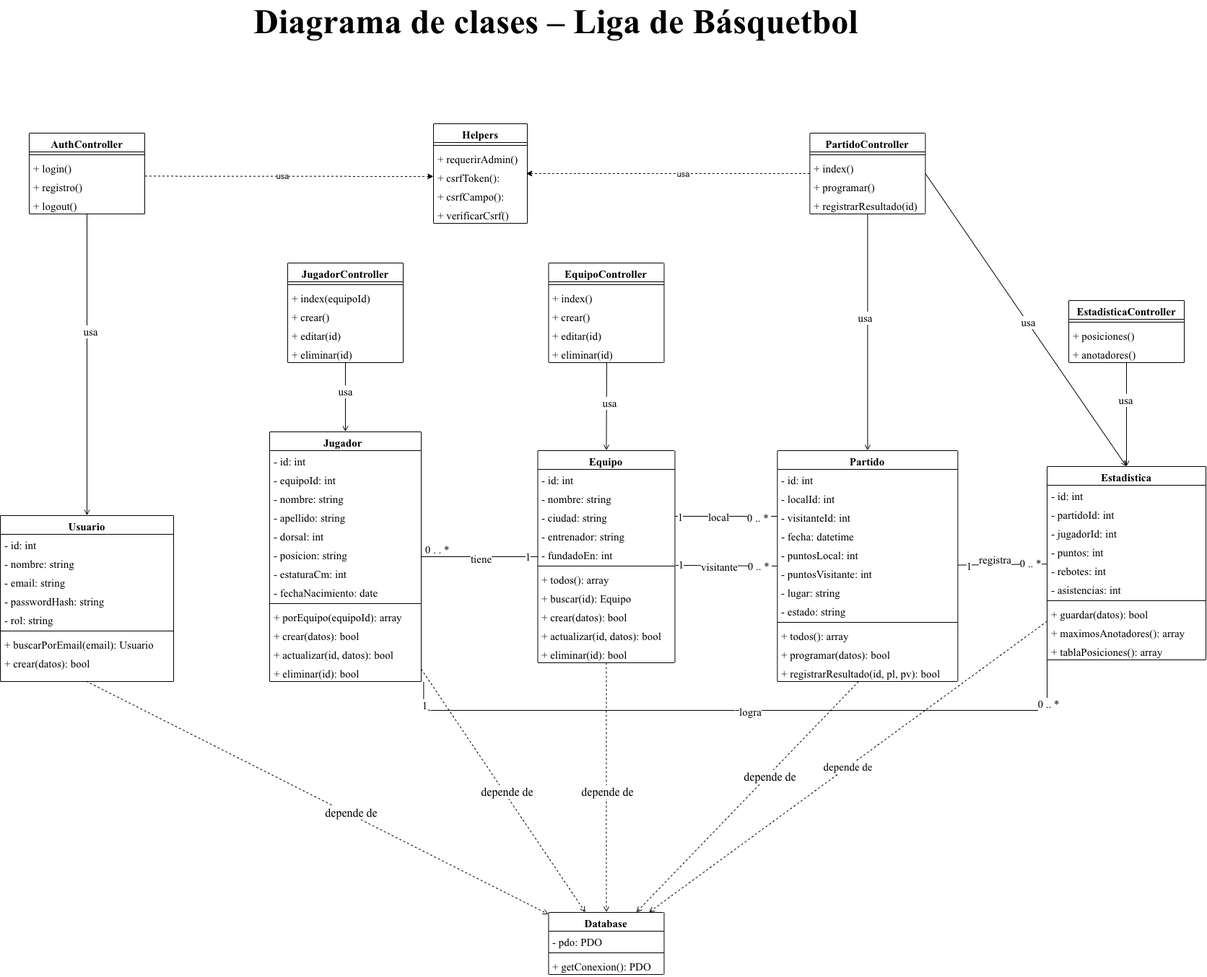
Before: doc/diagramas/05_diagrama_clases.drawio.png, a diagram exported from draw.io (202312505e-sys/liga-basquetball). Source tidied: cells renumbered, new cells last; positions are measured from the earlier drawing's top-left corner, leaving out a move shared by most shapes.
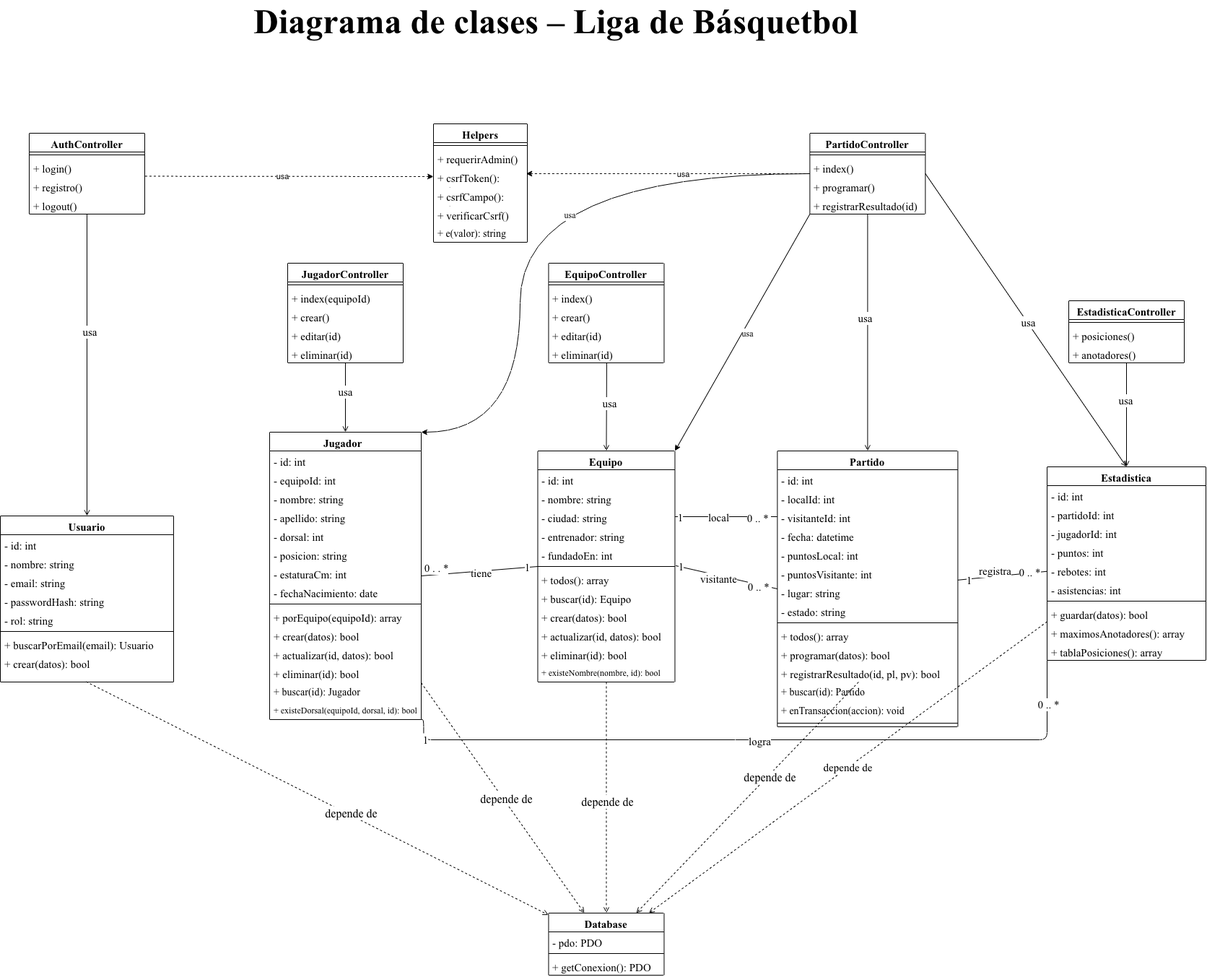
After the change.

Commit message:
Completa el diagrama de clases con los métodos y relaciones faltantes

The edit, as a diff of the source:
```diff
@@ -58,7 +58,7 @@
       </mxGeometry>
     </mxCell>
     <mxCell id="19" value="&lt;b&gt;Equipo&lt;/b&gt;" style="swimlane;fontStyle=0;align=center;verticalAlign=top;horizontal=1;startSize=26;whiteSpace=wrap;html=1;fontFamily=Times New Roman;fontSize=15;fontColor=#000000;" parent="1" vertex="1">
-      <mxGeometry x="744.5" y="610" width="190" height="294" as="geometry" />
+      <mxGeometry x="744.5" y="610" width="190" height="320" as="geometry" />
     </mxCell>
     <mxCell id="20" value="&lt;span style=&quot;caret-color: rgb(0, 0, 0); color: rgb(0, 0, 0);&quot;&gt;- id: int&lt;/span&gt;" style="text;strokeColor=none;fillColor=none;align=left;verticalAlign=top;spacingLeft=4;spacingRight=4;overflow=hidden;whiteSpace=wrap;html=1;fontFamily=Times New Roman;fontSize=15;" parent="19" vertex="1">
       <mxGeometry y="26" width="190" height="26" as="geometry" />
@@ -93,6 +93,9 @@
     <mxCell id="30" value="&lt;span style=&quot;caret-color: rgb(0, 0, 0); color: rgb(0, 0, 0);&quot;&gt;+ eliminar(id): bool&lt;/span&gt;" style="text;strokeColor=none;fillColor=none;align=left;verticalAlign=top;spacingLeft=4;spacingRight=4;overflow=hidden;whiteSpace=wrap;html=1;fontFamily=Times New Roman;fontSize=15;" parent="19" vertex="1">
       <mxGeometry y="268" width="190" height="26" as="geometry" />
     </mxCell>
+    <mxCell id="143" value="&lt;font face=&quot;Times New Roman&quot; style=&quot;font-size: 12px;&quot;&gt;&lt;span style=&quot;color: rgb(0, 0, 0);&quot;&gt;+ existeNombre(nombre, id): bool&lt;/span&gt;&lt;/font&gt;" style="text;strokeColor=none;fillColor=none;align=left;verticalAlign=top;spacingLeft=4;spacingRight=4;overflow=hidden;whiteSpace=wrap;html=1;" parent="19" vertex="1">
+      <mxGeometry y="294" width="190" height="26" as="geometry" />
+    </mxCell>
     <mxCell id="31" style="html=1;endArrow=open;endFill=0;dashed=1;fontFamily=Times New Roman;fontSize=15;" parent="1" edge="1" source="37" target="122">
       <mxGeometry relative="1" as="geometry" />
     </mxCell>
@@ -114,7 +117,7 @@
       <mxGeometry x="0.82" y="1" relative="1" as="geometry" />
     </mxCell>
     <mxCell id="37" value="&lt;b&gt;&lt;span style=&quot;caret-color: rgb(0, 0, 0); text-align: start;&quot;&gt;Jugador&lt;/span&gt;&lt;span style=&quot;caret-color: rgb(0, 0, 0); text-align: start;&quot;&gt;&lt;span style=&quot;white-space: pre;&quot;&gt;&#9;&lt;/span&gt;&lt;/span&gt;&lt;/b&gt;" style="swimlane;fontStyle=0;align=center;verticalAlign=top;horizontal=1;startSize=26;whiteSpace=wrap;html=1;fontFamily=Times New Roman;fontSize=15;fontColor=#000000;" parent="1" vertex="1">
-      <mxGeometry x="373" y="584" width="210" height="346" as="geometry" />
+      <mxGeometry x="373" y="584" width="210" height="398" as="geometry" />
     </mxCell>
     <mxCell id="38" value="&lt;span style=&quot;caret-color: rgb(0, 0, 0); color: rgb(0, 0, 0);&quot;&gt;- id: int&lt;/span&gt;" style="text;strokeColor=none;fillColor=none;align=left;verticalAlign=top;spacingLeft=4;spacingRight=4;overflow=hidden;whiteSpace=wrap;html=1;fontFamily=Times New Roman;fontSize=15;" parent="37" vertex="1">
       <mxGeometry y="26" width="210" height="26" as="geometry" />
@@ -155,6 +158,12 @@
     <mxCell id="50" value="&lt;span style=&quot;caret-color: rgb(0, 0, 0); color: rgb(0, 0, 0);&quot;&gt;+ eliminar(id): bool&lt;/span&gt;" style="text;strokeColor=none;fillColor=none;align=left;verticalAlign=top;spacingLeft=4;spacingRight=4;overflow=hidden;points=[[0,0.5],[1,0.5]];portConstraint=eastwest;whiteSpace=wrap;html=1;fontFamily=Times New Roman;fontSize=15;" parent="37" vertex="1">
       <mxGeometry y="320" width="210" height="26" as="geometry" />
     </mxCell>
+    <mxCell id="144" value="&lt;font face=&quot;Times New Roman&quot; style=&quot;font-size: 14px; color: rgb(0, 0, 0);&quot;&gt;+ buscar(id): Jugador&lt;/font&gt;" style="text;strokeColor=none;fillColor=none;align=left;verticalAlign=top;spacingLeft=4;spacingRight=4;overflow=hidden;whiteSpace=wrap;html=1;" parent="37" vertex="1">
+      <mxGeometry y="346" width="210" height="26" as="geometry" />
+    </mxCell>
+    <mxCell id="145" value="&lt;font face=&quot;Times New Roman&quot; style=&quot;color: rgb(0, 0, 0);&quot;&gt;+ existeDorsal(equipoId, dorsal, id): bool&lt;/font&gt;" style="text;strokeColor=none;fillColor=none;align=left;verticalAlign=top;spacingLeft=4;spacingRight=4;overflow=hidden;whiteSpace=wrap;html=1;" parent="37" vertex="1">
+      <mxGeometry y="372" width="210" height="26" as="geometry" />
+    </mxCell>
     <mxCell id="51" style="html=1;endArrow=open;endFill=0;dashed=1;fontFamily=Times New Roman;fontSize=15;" parent="1" edge="1" source="69" target="122">
       <mxGeometry relative="1" as="geometry" />
     </mxCell>
@@ -178,7 +187,7 @@
       </mxGeometry>
     </mxCell>
     <mxCell id="57" value="&lt;span style=&quot;caret-color: rgb(0, 0, 0); text-align: start;&quot;&gt;&lt;b&gt;Partido&lt;/b&gt;&lt;/span&gt;" style="swimlane;fontStyle=0;align=center;verticalAlign=top;horizontal=1;startSize=26;whiteSpace=wrap;html=1;fontFamily=Times New Roman;fontSize=15;fontColor=#000000;" parent="1" vertex="1">
-      <mxGeometry x="1076.4" y="610" width="250" height="320" as="geometry" />
+      <mxGeometry x="1076.4" y="610" width="250" height="382" as="geometry" />
     </mxCell>
     <mxCell id="58" value="&lt;span style=&quot;caret-color: rgb(0, 0, 0); color: rgb(0, 0, 0);&quot;&gt;- id: int&lt;/span&gt;" style="text;strokeColor=none;fillColor=none;align=left;verticalAlign=top;spacingLeft=4;spacingRight=4;overflow=hidden;whiteSpace=wrap;html=1;fontFamily=Times New Roman;fontSize=15;" parent="57" vertex="1">
       <mxGeometry y="26" width="250" height="26" as="geometry" />
@@ -216,6 +225,15 @@
     <mxCell id="69" value="&lt;span style=&quot;caret-color: rgb(0, 0, 0); color: rgb(0, 0, 0);&quot;&gt;+ registrarResultado(id, pl, pv): bool&lt;/span&gt;" style="text;strokeColor=none;fillColor=none;align=left;verticalAlign=top;spacingLeft=4;spacingRight=4;overflow=hidden;points=[[0,0.5],[1,0.5]];portConstraint=eastwest;whiteSpace=wrap;html=1;fontFamily=Times New Roman;fontSize=15;" parent="57" vertex="1">
       <mxGeometry y="294" width="250" height="26" as="geometry" />
     </mxCell>
+    <mxCell id="146" value="&lt;font face=&quot;Times New Roman&quot; style=&quot;font-size: 14px; color: rgb(0, 0, 0);&quot;&gt;+ buscar(id): Partido&lt;/font&gt;" style="text;strokeColor=none;fillColor=none;align=left;verticalAlign=top;spacingLeft=4;spacingRight=4;overflow=hidden;whiteSpace=wrap;html=1;" parent="57" vertex="1">
+      <mxGeometry y="320" width="250" height="26" as="geometry" />
+    </mxCell>
+    <mxCell id="147" value="&lt;font face=&quot;Times New Roman&quot; style=&quot;font-size: 14px; color: rgb(0, 0, 0);&quot;&gt;+ enTransaccion(accion): void&lt;/font&gt;" style="text;strokeColor=none;fillColor=none;align=left;verticalAlign=top;spacingLeft=4;spacingRight=4;overflow=hidden;whiteSpace=wrap;html=1;" parent="57" vertex="1">
+      <mxGeometry y="346" width="250" height="26" as="geometry" />
+    </mxCell>
+    <mxCell id="148" style="line;strokeWidth=1;dashed=0;labelPosition=right;align=left;verticalAlign=middle;spacingTop=0;spacingLeft=6;" parent="57" vertex="1">
+      <mxGeometry y="372" width="250" height="10" as="geometry" />
+    </mxCell>
     <mxCell id="70" value="depende de" style="html=1;endArrow=open;endFill=0;dashed=1;fontFamily=Times New Roman;fontSize=15;" parent="1" edge="1" source="71" target="122">
       <mxGeometry relative="1" as="geometry" />
     </mxCell>
@@ -339,6 +357,23 @@
     <mxCell id="110" value="usa" style="edgeLabel;html=1;align=center;verticalAlign=middle;fontFamily=Times New Roman;fontSize=15;" parent="109" vertex="1">
       <mxGeometry x="0.01" y="1" relative="1" as="geometry" />
     </mxCell>
+    <mxCell id="149" style="edgeStyle=none;html=1;exitX=0;exitY=1;exitDx=0;exitDy=0;entryX=1;entryY=0;entryDx=0;entryDy=0;" parent="1" edge="1" source="111" target="19">
+      <mxGeometry relative="1" as="geometry" />
+    </mxCell>
+    <mxCell id="150" value="&lt;font face=&quot;Times New Roman&quot; style=&quot;font-size: 12px; color: rgb(0, 0, 0);&quot;&gt;usa&lt;/font&gt;" style="edgeLabel;html=1;align=center;verticalAlign=middle;" parent="149" vertex="1">
+      <mxGeometry x="-0.01" y="6" relative="1" as="geometry" />
+    </mxCell>
+    <mxCell id="151" style="edgeStyle=orthogonalEdgeStyle;html=1;entryX=1;entryY=0;entryDx=0;entryDy=0;curved=1;curveGeometry=1;" parent="1" edge="1" source="111" target="37">
+      <mxGeometry relative="1" as="geometry">
+        <Array as="points">
+          <mxPoint x="720" y="226" />
+          <mxPoint x="720" y="584" />
+        </Array>
+      </mxGeometry>
+    </mxCell>
+    <mxCell id="152" value="&lt;font style=&quot;font-size: 12px; color: rgb(0, 0, 0);&quot; face=&quot;Times New Roman&quot;&gt;usa&lt;/font&gt;" style="edgeLabel;html=1;align=center;verticalAlign=middle;" parent="151" vertex="1">
+      <mxGeometry x="-0.08" y="-4" relative="1" as="geometry" />
+    </mxCell>
     <mxCell id="111" value="&lt;span style=&quot;caret-color: rgb(0, 0, 0); text-align: start;&quot;&gt;PartidoController&lt;/span&gt;" style="swimlane;fontStyle=1;align=center;verticalAlign=top;horizontal=1;startSize=26;whiteSpace=wrap;html=1;fontFamily=Times New Roman;fontSize=15;fontColor=#000000;" parent="1" vertex="1">
       <mxGeometry x="1121.4" y="170" width="160" height="112" as="geometry" />
     </mxCell>
@@ -400,16 +435,17 @@
         <mxPoint x="-9" as="offset" />
       </mxGeometry>
     </mxCell>
-    <mxCell id="130" style="html=1;endArrow=none;exitX=1.016;exitY=1.023;exitDx=0;exitDy=0;exitPerimeter=0;entryX=0;entryY=1;entryDx=0;entryDy=0;edgeStyle=orthogonalEdgeStyle;fontFamily=Times New Roman;fontSize=15;" parent="1" edge="1" source="50" target="71">
-      <mxGeometry relative="1" as="geometry">
+    <mxCell id="130" style="html=1;endArrow=none;exitX=1;exitY=1;exitDx=0;exitDy=0;entryX=0;entryY=1;entryDx=0;entryDy=0;edgeStyle=orthogonalEdgeStyle;fontFamily=Times New Roman;fontSize=15;" parent="1" edge="1" source="37" target="71">
+      <mxGeometry x="-0.02" relative="1" as="geometry">
         <Array as="points">
-          <mxPoint x="586.4" y="970" />
-          <mxPoint x="1450" y="970" />
+          <mxPoint x="586.4" y="982" />
+          <mxPoint x="586.4" y="1010" />
+          <mxPoint x="1450" y="1010" />
         </Array>
       </mxGeometry>
     </mxCell>
     <mxCell id="131" value="logra" style="edgeLabel;html=1;align=center;verticalAlign=middle;fontFamily=Times New Roman;fontSize=15;" parent="130" vertex="1">
-      <mxGeometry x="0.01" y="-1" relative="1" as="geometry" />
+      <mxGeometry x="-0.01" y="-1" relative="1" as="geometry" />
     </mxCell>
     <mxCell id="132" value="1" style="edgeLabel;html=1;align=center;verticalAlign=middle;fontFamily=Times New Roman;fontSize=15;" parent="130" vertex="1">
       <mxGeometry x="-0.93" y="1" relative="1" as="geometry" />
@@ -421,7 +457,7 @@
       <mxGeometry x="250" width="1040" height="30" as="geometry" />
     </mxCell>
     <mxCell id="135" value="&lt;span style=&quot;color: rgb(0, 0, 0);&quot;&gt;&lt;font face=&quot;Times New Roman&quot; style=&quot;font-size: 15px;&quot;&gt;Helpers&lt;/font&gt;&lt;/span&gt;" style="swimlane;fontStyle=1;align=center;verticalAlign=top;horizontal=1;startSize=26;whiteSpace=wrap;html=1;fontFamily=Times New Roman;fontSize=15;fontColor=#000000;" parent="1" vertex="1">
-      <mxGeometry x="600" y="157" width="130" height="138" as="geometry" />
+      <mxGeometry x="600" y="157" width="130" height="164" as="geometry" />
     </mxCell>
     <mxCell id="136" style="line;strokeWidth=1;fillColor=none;align=left;verticalAlign=middle;spacingTop=-1;spacingLeft=3;spacingRight=3;labelPosition=right;strokeColor=inherit;fontFamily=Times New Roman;fontSize=15;" parent="135" vertex="1">
       <mxGeometry y="26" width="130" height="8" as="geometry" />
@@ -438,6 +474,9 @@
     <mxCell id="140" value="+ verificarCsrf()" style="text;strokeColor=none;fillColor=none;align=left;verticalAlign=top;spacingLeft=4;spacingRight=4;overflow=hidden;whiteSpace=wrap;html=1;fontFamily=Times New Roman;fontSize=15;" parent="135" vertex="1">
       <mxGeometry y="112" width="130" height="26" as="geometry" />
     </mxCell>
+    <mxCell id="153" value="&lt;font face=&quot;Times New Roman&quot; style=&quot;font-size: 14px; color: rgb(0, 0, 0);&quot;&gt;+ e(valor): string&lt;/font&gt;" style="text;strokeColor=none;fillColor=none;align=left;verticalAlign=top;spacingLeft=4;spacingRight=4;overflow=hidden;whiteSpace=wrap;html=1;" parent="135" vertex="1">
+      <mxGeometry y="138" width="130" height="26" as="geometry" />
+    </mxCell>
     <mxCell id="141" style="edgeStyle=none;html=1;entryX=0.987;entryY=0.346;entryDx=0;entryDy=0;entryPerimeter=0;exitX=0;exitY=0.5;exitDx=0;exitDy=0;dashed=1;" parent="1" edge="1" source="111" target="138">
       <mxGeometry relative="1" as="geometry" />
     </mxCell>
```
